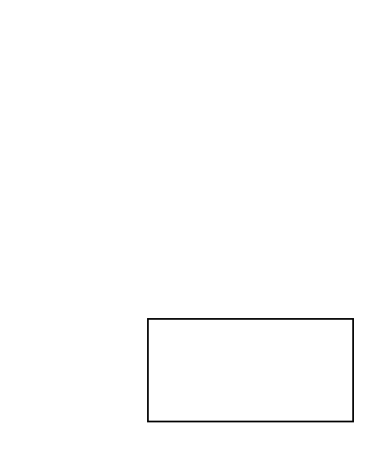
Above: 未命名绘图.drawio in LiDaoyu/Docs (draw.io), before the change. Source tidied: cells renumbered, new cells numbered last; positions are measured from the earlier drawing's top-left corner, leaving out a move shared by most shapes. Both pictures are drawn from the tidied source at 171%, with x=0, y=0 at pixel (147, 318).
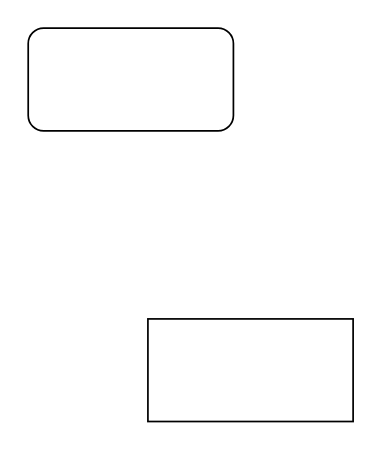
The same page after the edit.

Commit message:
Update 未命名绘图.drawio

What changed in the source:
```diff
@@
 <mxGraphModel>
   <root>
     <mxCell id="0" />
     <mxCell id="1" parent="0" />
     <mxCell id="2" style="rounded=0;whiteSpace=wrap;html=1;" parent="1" vertex="1">
       <mxGeometry width="120" height="60" as="geometry" />
     </mxCell>
+    <mxCell id="3" style="rounded=1;whiteSpace=wrap;html=1;" parent="1" vertex="1">
+      <mxGeometry x="-70" y="-170" width="120" height="60" as="geometry" />
+    </mxCell>
   </root>
 </mxGraphModel>
```
